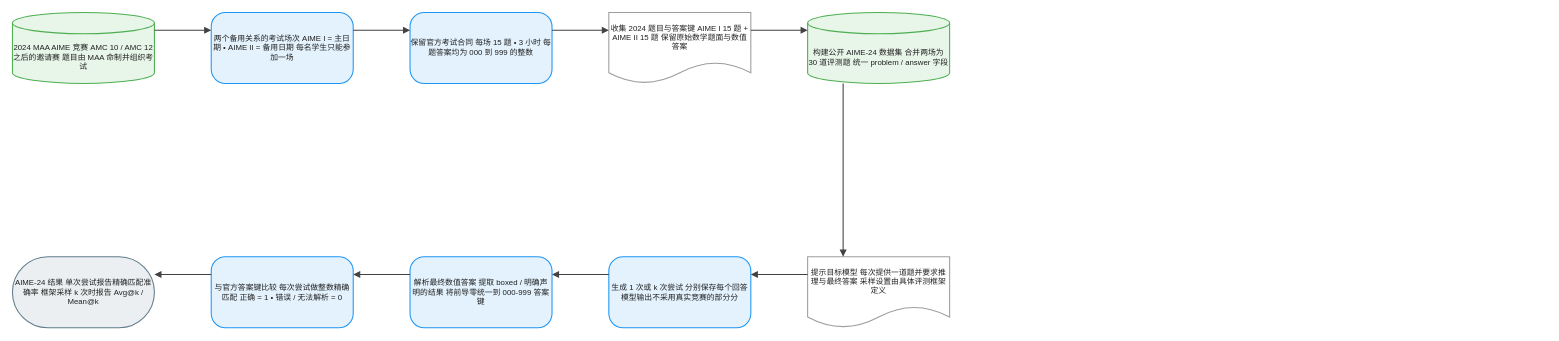
Above: client/public/drawio/AIME-24/AIME-24.zh.drawio in joe1chief/benchmark-hub (draw.io), before the change. Source tidied: cells renumbered, new cells numbered last; positions are measured from the earlier drawing's top-left corner, leaving out a move shared by most shapes. Both pictures are drawn from the tidied source at 71%, with x=0, y=0 at pixel (12, 12).
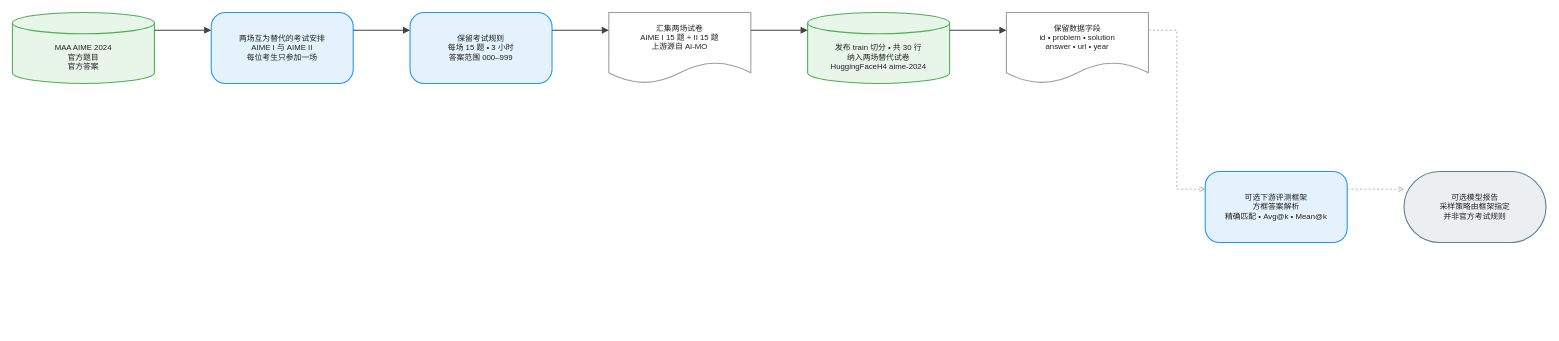
The same diagram, later.

What changed in the source:
```diff
@@
-    <mxCell id="2" value="2024 MAA AIME 竞赛 AMC 10 / AMC 12 之后的邀请赛 题目由 MAA 命制并组织考试" style="shape=cylinder3;boundedLbl=1;backgroundOutline=1;size=15;html=1;whiteSpace=wrap;fillColor=#E8F5E9;strokeColor=#4CAF50;strokeWidth=1.5;fontColor=#212121;fontSize=11;fontFamily=Arial, Helvetica, sans-serif;verticalAlign=middle;align=center;" parent="1" vertex="1">
+    <mxCell id="2" value="MAA AIME 2024&#10;官方题目&#10;官方答案" style="shape=cylinder3;boundedLbl=1;backgroundOutline=1;size=15;html=0;convertToSvg=1;whiteSpace=wrap;fillColor=#E8F5E9;strokeColor=#4CAF50;strokeWidth=1.5;fontColor=#212121;fontSize=11;fontFamily=Arial, Helvetica, sans-serif;verticalAlign=middle;align=center;" parent="1" vertex="1">
       <mxGeometry width="200" height="100" as="geometry" />
     </mxCell>
-    <mxCell id="3" value="两个备用关系的考试场次 AIME I = 主日期 • AIME II = 备用日期 每名学生只能参加一场" style="rounded=1;arcSize=20;html=1;whiteSpace=wrap;fillColor=#E3F2FD;strokeColor=#2196F3;strokeWidth=1.5;fontColor=#212121;fontSize=11;fontFamily=Arial, Helvetica, sans-serif;verticalAlign=middle;align=center;" parent="1" vertex="1">
+    <mxCell id="3" value="两场互为替代的考试安排&#10;AIME I 与 AIME II&#10;每位考生只参加一场" style="rounded=1;arcSize=20;html=0;convertToSvg=1;whiteSpace=wrap;fillColor=#E3F2FD;strokeColor=#2196F3;strokeWidth=1.5;fontColor=#212121;fontSize=11;fontFamily=Arial, Helvetica, sans-serif;verticalAlign=middle;align=center;" parent="1" vertex="1">
       <mxGeometry x="280" width="200" height="100" as="geometry" />
     </mxCell>
-    <mxCell id="4" value="保留官方考试合同 每场 15 题 • 3 小时 每题答案均为 000 到 999 的整数" style="rounded=1;arcSize=20;html=1;whiteSpace=wrap;fillColor=#E3F2FD;strokeColor=#2196F3;strokeWidth=1.5;fontColor=#212121;fontSize=11;fontFamily=Arial, Helvetica, sans-serif;verticalAlign=middle;align=center;" parent="1" vertex="1">
+    <mxCell id="4" value="保留考试规则&#10;每场 15 题 • 3 小时&#10;答案范围 000–999" style="rounded=1;arcSize=20;html=0;convertToSvg=1;whiteSpace=wrap;fillColor=#E3F2FD;strokeColor=#2196F3;strokeWidth=1.5;fontColor=#212121;fontSize=11;fontFamily=Arial, Helvetica, sans-serif;verticalAlign=middle;align=center;" parent="1" vertex="1">
       <mxGeometry x="560" width="200" height="100" as="geometry" />
     </mxCell>
-    <mxCell id="5" value="收集 2024 题目与答案键 AIME I 15 题 + AIME II 15 题 保留原始数学题面与数值答案" style="shape=document;boundedLbl=1;html=1;whiteSpace=wrap;fillColor=#FFFFFF;strokeColor=#9E9E9E;strokeWidth=1.5;fontColor=#212121;fontSize=11;fontFamily=Arial, Helvetica, sans-serif;verticalAlign=middle;align=center;" parent="1" vertex="1">
+    <mxCell id="5" value="汇集两场试卷&#10;AIME I 15 题 + II 15 题&#10;上游源自 AI-MO" style="shape=document;boundedLbl=1;html=0;convertToSvg=1;whiteSpace=wrap;fillColor=#FFFFFF;strokeColor=#9E9E9E;strokeWidth=1.5;fontColor=#212121;fontSize=11;fontFamily=Arial, Helvetica, sans-serif;verticalAlign=middle;align=center;" parent="1" vertex="1">
       <mxGeometry x="840" width="200" height="100" as="geometry" />
     </mxCell>
-    <mxCell id="6" value="构建公开 AIME-24 数据集 合并两场为 30 道评测题 统一 problem / answer 字段" style="shape=cylinder3;boundedLbl=1;backgroundOutline=1;size=15;html=1;whiteSpace=wrap;fillColor=#E8F5E9;strokeColor=#4CAF50;strokeWidth=1.5;fontColor=#212121;fontSize=11;fontFamily=Arial, Helvetica, sans-serif;verticalAlign=middle;align=center;" parent="1" vertex="1">
+    <mxCell id="6" value="发布 train 切分 • 共 30 行&#10;纳入两场替代试卷&#10;HuggingFaceH4 aime-2024" style="shape=cylinder3;boundedLbl=1;backgroundOutline=1;size=15;html=0;convertToSvg=1;whiteSpace=wrap;fillColor=#E8F5E9;strokeColor=#4CAF50;strokeWidth=1.5;fontColor=#212121;fontSize=11;fontFamily=Arial, Helvetica, sans-serif;verticalAlign=middle;align=center;" parent="1" vertex="1">
       <mxGeometry x="1120" width="200" height="100" as="geometry" />
     </mxCell>
-    <mxCell id="7" value="提示目标模型 每次提供一道题并要求推理与最终答案 采样设置由具体评测框架定义" style="shape=document;boundedLbl=1;html=1;whiteSpace=wrap;fillColor=#FFFFFF;strokeColor=#9E9E9E;strokeWidth=1.5;fontColor=#212121;fontSize=11;fontFamily=Arial, Helvetica, sans-serif;verticalAlign=middle;align=center;" parent="1" vertex="1">
-      <mxGeometry x="1120" y="344" width="200" height="100" as="geometry" />
+    <mxCell id="7" value="保留数据字段&#10;id • problem • solution&#10;answer • url • year" style="shape=document;boundedLbl=1;html=0;convertToSvg=1;whiteSpace=wrap;fillColor=#FFFFFF;strokeColor=#9E9E9E;strokeWidth=1.5;fontColor=#212121;fontSize=11;fontFamily=Arial, Helvetica, sans-serif;verticalAlign=middle;align=center;" parent="1" vertex="1">
+      <mxGeometry x="1400" width="200" height="100" as="geometry" />
     </mxCell>
-    <mxCell id="8" value="生成 1 次或 k 次尝试 分别保存每个回答 模型输出不采用真实竞赛的部分分" style="rounded=1;arcSize=20;html=1;whiteSpace=wrap;fillColor=#E3F2FD;strokeColor=#2196F3;strokeWidth=1.5;fontColor=#212121;fontSize=11;fontFamily=Arial, Helvetica, sans-serif;verticalAlign=middle;align=center;" parent="1" vertex="1">
-      <mxGeometry x="840" y="344" width="200" height="100" as="geometry" />
+    <mxCell id="8" value="可选下游评测框架&#10;方框答案解析&#10;精确匹配 • Avg@k • Mean@k" style="rounded=1;arcSize=20;html=0;convertToSvg=1;whiteSpace=wrap;fillColor=#E3F2FD;strokeColor=#2196F3;strokeWidth=1.5;fontColor=#212121;fontSize=11;fontFamily=Arial, Helvetica, sans-serif;verticalAlign=middle;align=center;" parent="1" vertex="1">
+      <mxGeometry x="1680" y="224" width="200" height="100" as="geometry" />
     </mxCell>
-    <mxCell id="9" value="解析最终数值答案 提取 boxed / 明确声明的结果 将前导零统一到 000-999 答案键" style="rounded=1;arcSize=20;html=1;whiteSpace=wrap;fillColor=#E3F2FD;strokeColor=#2196F3;strokeWidth=1.5;fontColor=#212121;fontSize=11;fontFamily=Arial, Helvetica, sans-serif;verticalAlign=middle;align=center;" parent="1" vertex="1">
-      <mxGeometry x="560" y="344" width="200" height="100" as="geometry" />
+    <mxCell id="9" value="可选模型报告&#10;采样策略由框架指定&#10;并非官方考试规则" style="rounded=1;arcSize=50;html=0;convertToSvg=1;whiteSpace=wrap;fillColor=#ECEFF1;strokeColor=#607D8B;strokeWidth=1.5;fontColor=#212121;fontSize=11;fontFamily=Arial, Helvetica, sans-serif;verticalAlign=middle;align=center;" parent="1" vertex="1">
+      <mxGeometry x="1960" y="224" width="200" height="100" as="geometry" />
     </mxCell>
-    <mxCell id="10" value="与官方答案键比较 每次尝试做整数精确匹配 正确 = 1 • 错误 / 无法解析 = 0" style="rounded=1;arcSize=20;html=1;whiteSpace=wrap;fillColor=#E3F2FD;strokeColor=#2196F3;strokeWidth=1.5;fontColor=#212121;fontSize=11;fontFamily=Arial, Helvetica, sans-serif;verticalAlign=middle;align=center;" parent="1" vertex="1">
-      <mxGeometry x="280" y="344" width="200" height="100" as="geometry" />
+    <mxCell id="10" style="edgeStyle=orthogonalEdgeStyle;rounded=0;jettySize=auto;html=0;convertToSvg=1;strokeColor=#424242;strokeWidth=1.5;endArrow=block;endFill=1;exitX=1;exitY=0.25;exitDx=0;exitDy=0;entryX=0;entryY=0.25;entryDx=0;entryDy=0;jumpStyle=arc;jumpSize=8;" parent="1" edge="1" source="2" target="3">
+      <mxGeometry relative="1" as="geometry" />
     </mxCell>
-    <mxCell id="11" value="AIME-24 结果 单次尝试报告精确匹配准确率 框架采样 k 次时报告 Avg@k / Mean@k" style="rounded=1;arcSize=50;html=1;whiteSpace=wrap;fillColor=#ECEFF1;strokeColor=#607D8B;strokeWidth=1.5;fontColor=#212121;fontSize=11;fontFamily=Arial, Helvetica, sans-serif;verticalAlign=middle;align=center;" parent="1" vertex="1">
-      <mxGeometry y="344" width="200" height="100" as="geometry" />
+    <mxCell id="11" style="edgeStyle=orthogonalEdgeStyle;rounded=0;jettySize=auto;html=0;convertToSvg=1;strokeColor=#424242;strokeWidth=1.5;endArrow=block;endFill=1;exitX=1;exitY=0.25;exitDx=0;exitDy=0;entryX=0;entryY=0.25;entryDx=0;entryDy=0;jumpStyle=arc;jumpSize=8;" parent="1" edge="1" source="3" target="4">
+      <mxGeometry relative="1" as="geometry" />
     </mxCell>
-    <mxCell id="12" style="edgeStyle=orthogonalEdgeStyle;rounded=0;jettySize=auto;html=1;strokeColor=#424242;strokeWidth=1.5;endArrow=block;endFill=1;exitX=1;exitY=0.25;exitDx=0;exitDy=0;entryX=0;entryY=0.25;entryDx=0;entryDy=0;jumpStyle=arc;jumpSize=8;" parent="1" edge="1" source="2" target="3">
+    <mxCell id="12" style="edgeStyle=orthogonalEdgeStyle;rounded=0;jettySize=auto;html=0;convertToSvg=1;strokeColor=#424242;strokeWidth=1.5;endArrow=block;endFill=1;exitX=1;exitY=0.25;exitDx=0;exitDy=0;entryX=0;entryY=0.25;entryDx=0;entryDy=0;jumpStyle=arc;jumpSize=8;" parent="1" edge="1" source="4" target="5">
       <mxGeometry relative="1" as="geometry" />
     </mxCell>
-    <mxCell id="13" style="edgeStyle=orthogonalEdgeStyle;rounded=0;jettySize=auto;html=1;strokeColor=#424242;strokeWidth=1.5;endArrow=block;endFill=1;exitX=1;exitY=0.25;exitDx=0;exitDy=0;entryX=0;entryY=0.25;entryDx=0;entryDy=0;jumpStyle=arc;jumpSize=8;" parent="1" edge="1" source="3" target="4">
+    <mxCell id="13" style="edgeStyle=orthogonalEdgeStyle;rounded=0;jettySize=auto;html=0;convertToSvg=1;strokeColor=#424242;strokeWidth=1.5;endArrow=block;endFill=1;exitX=1;exitY=0.25;exitDx=0;exitDy=0;entryX=0;entryY=0.25;entryDx=0;entryDy=0;jumpStyle=arc;jumpSize=8;" parent="1" edge="1" source="5" target="6">
       <mxGeometry relative="1" as="geometry" />
     </mxCell>
-    <mxCell id="14" style="edgeStyle=orthogonalEdgeStyle;rounded=0;jettySize=auto;html=1;strokeColor=#424242;strokeWidth=1.5;endArrow=block;endFill=1;exitX=1;exitY=0.25;exitDx=0;exitDy=0;entryX=0;entryY=0.25;entryDx=0;entryDy=0;jumpStyle=arc;jumpSize=8;" parent="1" edge="1" source="4" target="5">
+    <mxCell id="14" style="edgeStyle=orthogonalEdgeStyle;rounded=0;jettySize=auto;html=0;convertToSvg=1;strokeColor=#424242;strokeWidth=1.5;endArrow=block;endFill=1;exitX=1;exitY=0.25;exitDx=0;exitDy=0;entryX=0;entryY=0.25;entryDx=0;entryDy=0;jumpStyle=arc;jumpSize=8;" parent="1" edge="1" source="6" target="7">
       <mxGeometry relative="1" as="geometry" />
     </mxCell>
-    <mxCell id="15" style="edgeStyle=orthogonalEdgeStyle;rounded=0;jettySize=auto;html=1;strokeColor=#424242;strokeWidth=1.5;endArrow=block;endFill=1;exitX=1;exitY=0.25;exitDx=0;exitDy=0;entryX=0;entryY=0.25;entryDx=0;entryDy=0;jumpStyle=arc;jumpSize=8;" parent="1" edge="1" source="5" target="6">
+    <mxCell id="15" style="edgeStyle=orthogonalEdgeStyle;rounded=0;jettySize=auto;html=0;convertToSvg=1;strokeColor=#9E9E9E;strokeWidth=1;endArrow=open;endFill=0;exitX=1;exitY=0.25;exitDx=0;exitDy=0;entryX=0;entryY=0.25;entryDx=0;entryDy=0;dashed=1;dashPattern=3 3;jumpStyle=arc;jumpSize=8;" parent="1" edge="1" source="7" target="8">
       <mxGeometry relative="1" as="geometry" />
     </mxCell>
-    <mxCell id="16" style="edgeStyle=orthogonalEdgeStyle;rounded=0;jettySize=auto;html=1;strokeColor=#424242;strokeWidth=1.5;endArrow=block;endFill=1;exitX=0.25;exitY=1;exitDx=0;exitDy=0;entryX=0.25;entryY=0;entryDx=0;entryDy=0;jumpStyle=arc;jumpSize=8;" parent="1" edge="1" source="6" target="7">
+    <mxCell id="16" style="edgeStyle=orthogonalEdgeStyle;rounded=0;jettySize=auto;html=0;convertToSvg=1;strokeColor=#9E9E9E;strokeWidth=1;endArrow=open;endFill=0;exitX=1;exitY=0.25;exitDx=0;exitDy=0;entryX=0;entryY=0.25;entryDx=0;entryDy=0;dashed=1;dashPattern=3 3;jumpStyle=arc;jumpSize=8;" parent="1" edge="1" source="8" target="9">
       <mxGeometry relative="1" as="geometry" />
     </mxCell>
-    <mxCell id="17" style="edgeStyle=orthogonalEdgeStyle;rounded=0;jettySize=auto;html=1;strokeColor=#424242;strokeWidth=1.5;endArrow=block;endFill=1;exitX=0;exitY=0.25;exitDx=0;exitDy=0;entryX=1;entryY=0.25;entryDx=0;entryDy=0;jumpStyle=arc;jumpSize=8;" parent="1" edge="1" source="7" target="8">
-      <mxGeometry relative="1" as="geometry" />
-    </mxCell>
-    <mxCell id="18" style="edgeStyle=orthogonalEdgeStyle;rounded=0;jettySize=auto;html=1;strokeColor=#424242;strokeWidth=1.5;endArrow=block;endFill=1;exitX=0;exitY=0.25;exitDx=0;exitDy=0;entryX=1;entryY=0.25;entryDx=0;entryDy=0;jumpStyle=arc;jumpSize=8;" parent="1" edge="1" source="8" target="9">
-      <mxGeometry relative="1" as="geometry" />
-    </mxCell>
-    <mxCell id="19" style="edgeStyle=orthogonalEdgeStyle;rounded=0;jettySize=auto;html=1;strokeColor=#424242;strokeWidth=1.5;endArrow=block;endFill=1;exitX=0;exitY=0.25;exitDx=0;exitDy=0;entryX=1;entryY=0.25;entryDx=0;entryDy=0;jumpStyle=arc;jumpSize=8;" parent="1" edge="1" source="9" target="10">
-      <mxGeometry relative="1" as="geometry" />
-    </mxCell>
-    <mxCell id="20" style="edgeStyle=orthogonalEdgeStyle;rounded=0;jettySize=auto;html=1;strokeColor=#424242;strokeWidth=1.5;endArrow=block;endFill=1;exitX=0;exitY=0.25;exitDx=0;exitDy=0;entryX=1;entryY=0.25;entryDx=0;entryDy=0;jumpStyle=arc;jumpSize=8;" parent="1" edge="1" source="10" target="11">
-      <mxGeometry relative="1" as="geometry" />
-    </mxCell>
```
